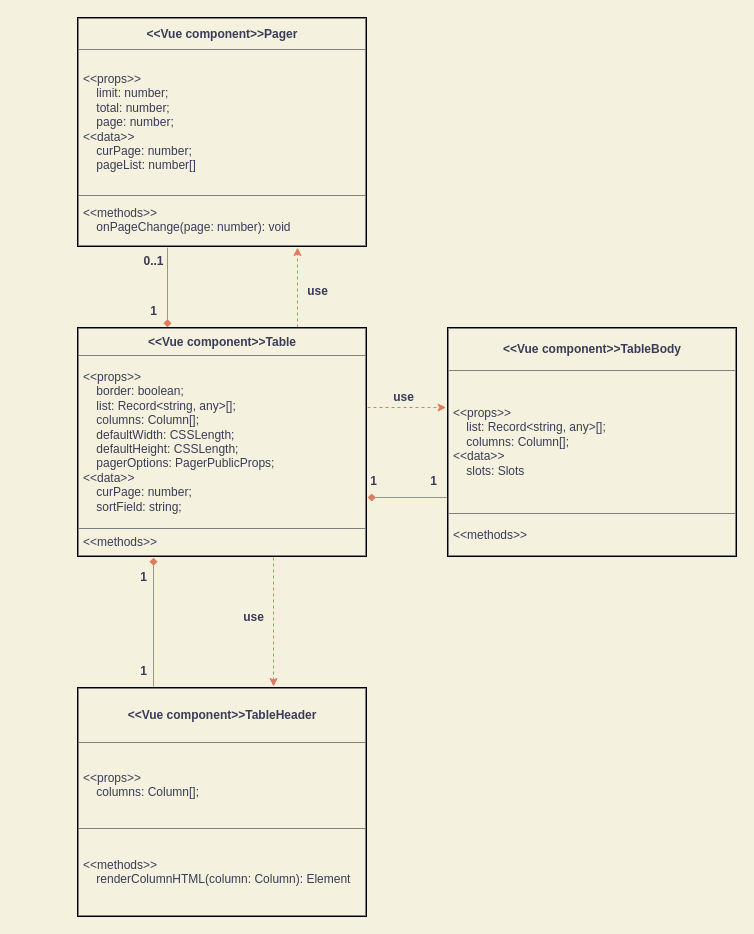
Earlier version of the draw.io diagram uml.drawio (He110te4m/table). Source tidied: cells renumbered, new cells numbered last; positions are measured from the earlier drawing's top-left corner, leaving out a move shared by most shapes. Both pictures are drawn from the tidied source at 100%, with x=0, y=0 at pixel (77, 17).
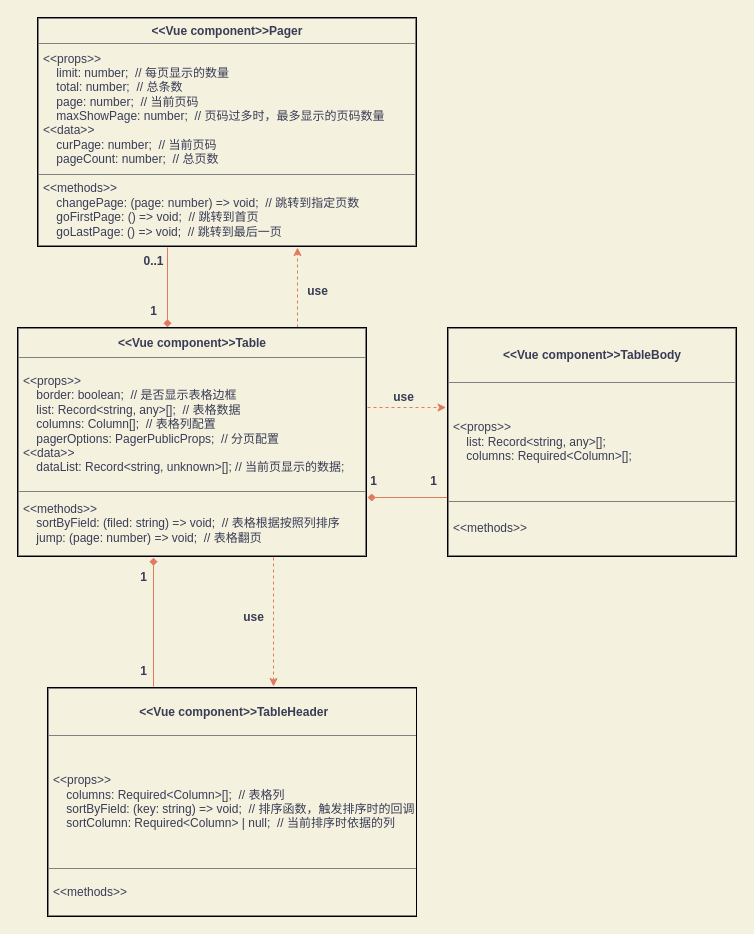
The same diagram, later.

Commit message (it also covers changes not shown here):
ref(docs): 更新 UML 和 XMind

The edit, as a diff of the source:
```diff
@@
-    <mxCell id="6" value="&lt;table border=&quot;1&quot; width=&quot;100%&quot; cellpadding=&quot;4&quot; style=&quot;width: 100% ; height: 100% ; border-collapse: collapse&quot;&gt;&lt;tbody&gt;&lt;tr&gt;&lt;th align=&quot;center&quot;&gt;&lt;b&gt;&amp;lt;&amp;lt;Vue component&amp;gt;&amp;gt;Table&lt;/b&gt;&lt;/th&gt;&lt;/tr&gt;&lt;tr&gt;&lt;td&gt;&amp;lt;&amp;lt;props&amp;gt;&amp;gt;&lt;br&gt;&amp;nbsp; &amp;nbsp; border: boolean;&lt;br&gt;&amp;nbsp; &amp;nbsp; list: Record&amp;lt;string, any&amp;gt;[];&lt;br&gt;&amp;nbsp; &amp;nbsp; columns: Column[];&lt;br&gt;&amp;nbsp; &amp;nbsp; defaultWidth: CSSLength;&lt;br&gt;&amp;nbsp; &amp;nbsp; defaultHeight: CSSLength;&lt;br&gt;&amp;nbsp; &amp;nbsp; pagerOptions: PagerPublicProps;&lt;br&gt;&amp;lt;&amp;lt;data&amp;gt;&amp;gt;&lt;br&gt;&amp;nbsp; &amp;nbsp; curPage: number;&lt;br&gt;&amp;nbsp; &amp;nbsp; sortField: string;&lt;/td&gt;&lt;/tr&gt;&lt;tr&gt;&lt;td&gt;&amp;lt;&amp;lt;methods&amp;gt;&amp;gt;&lt;/td&gt;&lt;/tr&gt;&lt;/tbody&gt;&lt;/table&gt;" style="text;html=1;fillColor=none;overflow=fill;fontColor=#393C56;labelBorderColor=#000000;" parent="1" vertex="1">
-      <mxGeometry y="310" width="290" height="230" as="geometry" />
+    <mxCell id="6" value="&lt;table border=&quot;1&quot; width=&quot;100%&quot; cellpadding=&quot;4&quot; style=&quot;width: 100% ; height: 100% ; border-collapse: collapse&quot;&gt;&lt;tbody&gt;&lt;tr&gt;&lt;th align=&quot;center&quot;&gt;&lt;b&gt;&amp;lt;&amp;lt;Vue component&amp;gt;&amp;gt;Table&lt;/b&gt;&lt;/th&gt;&lt;/tr&gt;&lt;tr&gt;&lt;td&gt;&amp;lt;&amp;lt;props&amp;gt;&amp;gt;&lt;br&gt;&amp;nbsp; &amp;nbsp; border: boolean;&amp;nbsp; // 是否显示表格边框&lt;br&gt;&amp;nbsp; &amp;nbsp; list: Record&amp;lt;string, any&amp;gt;[];&amp;nbsp; // 表格数据&lt;br&gt;&amp;nbsp; &amp;nbsp; columns: Column[];&amp;nbsp; // 表格列配置&lt;br&gt;&amp;nbsp; &amp;nbsp; pagerOptions: PagerPublicProps;&amp;nbsp; // 分页配置&lt;br&gt;&amp;lt;&amp;lt;data&amp;gt;&amp;gt;&lt;br&gt;&amp;nbsp; &amp;nbsp; dataList: Record&amp;lt;string, unknown&amp;gt;[]; // 当前页显示的数据;&lt;br&gt;&lt;/td&gt;&lt;/tr&gt;&lt;tr&gt;&lt;td&gt;&amp;lt;&amp;lt;methods&amp;gt;&amp;gt;&lt;br&gt;&amp;nbsp; &amp;nbsp; sortByField: (filed: string) =&amp;gt; void;&amp;nbsp; // 表格根据按照列排序&lt;br&gt;&amp;nbsp; &amp;nbsp; jump: (page: number) =&amp;gt; void;&amp;nbsp; // 表格翻页&lt;/td&gt;&lt;/tr&gt;&lt;/tbody&gt;&lt;/table&gt;" style="text;html=1;fillColor=none;overflow=fill;fontColor=#393C56;labelBorderColor=#000000;" parent="1" vertex="1">
+      <mxGeometry x="-60" y="310" width="350" height="230" as="geometry" />
     </mxCell>
@@
-    <mxCell id="8" value="&lt;table border=&quot;1&quot; width=&quot;100%&quot; cellpadding=&quot;4&quot; style=&quot;width: 100% ; height: 100% ; border-collapse: collapse&quot;&gt;&lt;tbody&gt;&lt;tr&gt;&lt;th align=&quot;center&quot;&gt;&lt;b&gt;&amp;lt;&amp;lt;Vue component&amp;gt;&amp;gt;TableHeader&lt;/b&gt;&lt;/th&gt;&lt;/tr&gt;&lt;tr&gt;&lt;td&gt;&amp;lt;&amp;lt;props&amp;gt;&amp;gt;&lt;br&gt;&amp;nbsp; &amp;nbsp; columns: Column[];&lt;/td&gt;&lt;/tr&gt;&lt;tr&gt;&lt;td&gt;&amp;lt;&amp;lt;methods&amp;gt;&amp;gt;&lt;br&gt;&amp;nbsp; &amp;nbsp; renderColumnHTML(column: Column): Element&lt;/td&gt;&lt;/tr&gt;&lt;/tbody&gt;&lt;/table&gt;" style="text;html=1;overflow=fill;perimeterSpacing=1;strokeWidth=0;fontColor=#393C56;labelBorderColor=#000000;" parent="1" vertex="1">
-      <mxGeometry y="670" width="290" height="230" as="geometry" />
+    <mxCell id="8" value="&lt;table border=&quot;1&quot; width=&quot;100%&quot; cellpadding=&quot;4&quot; style=&quot;width: 100% ; height: 100% ; border-collapse: collapse&quot;&gt;&lt;tbody&gt;&lt;tr&gt;&lt;th align=&quot;center&quot;&gt;&lt;b&gt;&amp;lt;&amp;lt;Vue component&amp;gt;&amp;gt;TableHeader&lt;/b&gt;&lt;/th&gt;&lt;/tr&gt;&lt;tr&gt;&lt;td&gt;&amp;lt;&amp;lt;props&amp;gt;&amp;gt;&lt;br&gt;&amp;nbsp; &amp;nbsp; columns: Required&amp;lt;Column&amp;gt;[];&amp;nbsp; // 表格列&lt;br&gt;&amp;nbsp; &amp;nbsp; sortByField: (key: string) =&amp;gt; void;&amp;nbsp; // 排序函数，触发排序时的回调&lt;br&gt;&amp;nbsp; &amp;nbsp; sortColumn: Required&amp;lt;Column&amp;gt; | null;&amp;nbsp; // 当前排序时依据的列&lt;/td&gt;&lt;/tr&gt;&lt;tr&gt;&lt;td&gt;&amp;lt;&amp;lt;methods&amp;gt;&amp;gt;&lt;br&gt;&lt;/td&gt;&lt;/tr&gt;&lt;/tbody&gt;&lt;/table&gt;" style="text;html=1;overflow=fill;perimeterSpacing=1;strokeWidth=0;fontColor=#393C56;labelBorderColor=#000000;" parent="1" vertex="1">
+      <mxGeometry x="-30" y="670" width="370" height="230" as="geometry" />
     </mxCell>
@@
-    <mxCell id="13" value="&lt;table border=&quot;1&quot; width=&quot;100%&quot; cellpadding=&quot;4&quot; style=&quot;width: 100% ; height: 100% ; border-collapse: collapse&quot;&gt;&lt;tbody&gt;&lt;tr&gt;&lt;th align=&quot;center&quot;&gt;&lt;b&gt;&amp;lt;&amp;lt;Vue component&amp;gt;&amp;gt;TableBody&lt;/b&gt;&lt;/th&gt;&lt;/tr&gt;&lt;tr&gt;&lt;td&gt;&amp;lt;&amp;lt;props&amp;gt;&amp;gt;&lt;br&gt;&amp;nbsp; &amp;nbsp; list: Record&amp;lt;string, any&amp;gt;[];&lt;br&gt;&amp;nbsp; &amp;nbsp; columns: Column[];&lt;br&gt;&amp;lt;&amp;lt;data&amp;gt;&amp;gt;&lt;br&gt;&amp;nbsp; &amp;nbsp; slots: Slots&lt;/td&gt;&lt;/tr&gt;&lt;tr&gt;&lt;td&gt;&amp;lt;&amp;lt;methods&amp;gt;&amp;gt;&lt;/td&gt;&lt;/tr&gt;&lt;/tbody&gt;&lt;/table&gt;" style="text;html=1;fillColor=none;overflow=fill;fontColor=#393C56;labelBorderColor=#000000;fontSize=12;" parent="1" vertex="1">
+    <mxCell id="13" value="&lt;table border=&quot;1&quot; width=&quot;100%&quot; cellpadding=&quot;4&quot; style=&quot;width: 100% ; height: 100% ; border-collapse: collapse&quot;&gt;&lt;tbody&gt;&lt;tr&gt;&lt;th align=&quot;center&quot;&gt;&lt;b&gt;&amp;lt;&amp;lt;Vue component&amp;gt;&amp;gt;TableBody&lt;/b&gt;&lt;/th&gt;&lt;/tr&gt;&lt;tr&gt;&lt;td&gt;&amp;lt;&amp;lt;props&amp;gt;&amp;gt;&lt;br&gt;&amp;nbsp; &amp;nbsp; list: Record&amp;lt;string, any&amp;gt;[];&lt;br&gt;&amp;nbsp; &amp;nbsp; columns: Required&amp;lt;Column&amp;gt;[];&lt;/td&gt;&lt;/tr&gt;&lt;tr&gt;&lt;td&gt;&amp;lt;&amp;lt;methods&amp;gt;&amp;gt;&lt;/td&gt;&lt;/tr&gt;&lt;/tbody&gt;&lt;/table&gt;" style="text;html=1;fillColor=none;overflow=fill;fontColor=#393C56;labelBorderColor=#000000;fontSize=12;" parent="1" vertex="1">
       <mxGeometry x="370" y="310" width="290" height="230" as="geometry" />
     </mxCell>
@@
-    <mxCell id="18" value="&lt;table border=&quot;1&quot; width=&quot;100%&quot; cellpadding=&quot;4&quot; style=&quot;width: 100% ; height: 100% ; border-collapse: collapse&quot;&gt;&lt;tbody&gt;&lt;tr&gt;&lt;th align=&quot;center&quot;&gt;&lt;b&gt;&amp;lt;&amp;lt;Vue component&amp;gt;&amp;gt;Pager&lt;/b&gt;&lt;/th&gt;&lt;/tr&gt;&lt;tr&gt;&lt;td&gt;&amp;lt;&amp;lt;props&amp;gt;&amp;gt;&lt;br&gt;&amp;nbsp; &amp;nbsp; limit: number;&lt;br&gt;&amp;nbsp; &amp;nbsp; total: number;&lt;br&gt;&amp;nbsp; &amp;nbsp; page: number;&lt;br&gt;&amp;lt;&amp;lt;data&amp;gt;&amp;gt;&lt;br&gt;&amp;nbsp; &amp;nbsp; curPage: number;&lt;br&gt;&amp;nbsp; &amp;nbsp; pageList: number[]&lt;/td&gt;&lt;/tr&gt;&lt;tr&gt;&lt;td&gt;&amp;lt;&amp;lt;methods&amp;gt;&amp;gt;&lt;br&gt;&amp;nbsp; &amp;nbsp; onPageChange(page: number): void&lt;/td&gt;&lt;/tr&gt;&lt;/tbody&gt;&lt;/table&gt;" style="text;html=1;fillColor=none;overflow=fill;fontColor=#393C56;labelBorderColor=#000000;fontSize=12;" parent="1" vertex="1">
-      <mxGeometry width="290" height="230" as="geometry" />
+    <mxCell id="18" value="&lt;table border=&quot;1&quot; width=&quot;100%&quot; cellpadding=&quot;4&quot; style=&quot;width: 100% ; height: 100% ; border-collapse: collapse&quot;&gt;&lt;tbody&gt;&lt;tr&gt;&lt;th align=&quot;center&quot;&gt;&lt;b&gt;&amp;lt;&amp;lt;Vue component&amp;gt;&amp;gt;Pager&lt;/b&gt;&lt;/th&gt;&lt;/tr&gt;&lt;tr&gt;&lt;td&gt;&amp;lt;&amp;lt;props&amp;gt;&amp;gt;&lt;br&gt;&amp;nbsp; &amp;nbsp; limit: number;&amp;nbsp; // 每页显示的数量&lt;br&gt;&amp;nbsp; &amp;nbsp; total: number;&amp;nbsp; // 总条数&lt;br&gt;&amp;nbsp; &amp;nbsp; page: number;&amp;nbsp; // 当前页码&lt;br&gt;&amp;nbsp; &amp;nbsp; maxShowPage: number;&amp;nbsp; // 页码过多时，最多显示的页码数量&lt;br&gt;&amp;lt;&amp;lt;data&amp;gt;&amp;gt;&lt;br&gt;&amp;nbsp; &amp;nbsp; curPage: number;&amp;nbsp; // 当前页码&lt;br&gt;&amp;nbsp; &amp;nbsp; pageCount: number;&amp;nbsp; // 总页数&lt;/td&gt;&lt;/tr&gt;&lt;tr&gt;&lt;td&gt;&amp;lt;&amp;lt;methods&amp;gt;&amp;gt;&lt;br&gt;&amp;nbsp; &amp;nbsp; changePage: (page: number) =&amp;gt; void;&amp;nbsp; // 跳转到指定页数&lt;br&gt;&amp;nbsp; &amp;nbsp; goFirstPage: () =&amp;gt; void;&amp;nbsp; // 跳转到首页&lt;br&gt;&amp;nbsp; &amp;nbsp; goLastPage: () =&amp;gt; void;&amp;nbsp; // 跳转到最后一页&lt;/td&gt;&lt;/tr&gt;&lt;/tbody&gt;&lt;/table&gt;" style="text;html=1;fillColor=none;overflow=fill;fontColor=#393C56;labelBorderColor=#000000;fontSize=12;" parent="1" vertex="1">
+      <mxGeometry x="-40" width="380" height="230" as="geometry" />
     </mxCell>
```
